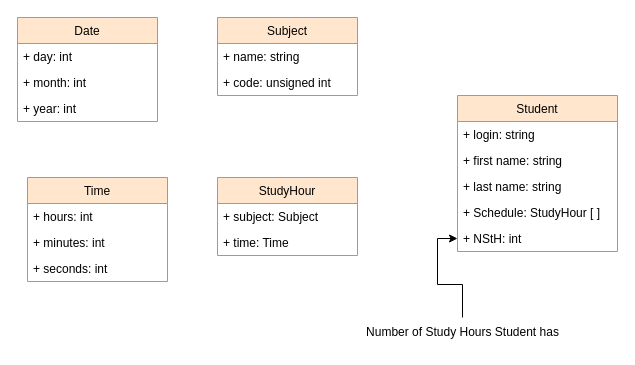
Before: ISC_project2.drawio in omomot/ISC_proj2, a draw.io diagram. Source tidied: cells renumbered, new cells numbered last; positions are measured from the earlier drawing's top-left corner, leaving out a move shared by most shapes. Both pictures are drawn from the tidied source at 100%, with x=0, y=0 at pixel (17, 17).
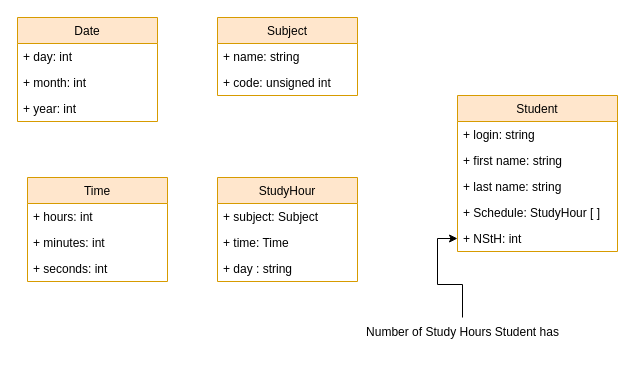
The same diagram, later.

Change to the diagram source:
```diff
@@
     <mxCell id="15" value="StudyHour" style="swimlane;fontStyle=0;horizontal=1;startSize=26;fillColor=#ffe6cc;strokeColor=#d79b00;" parent="1" vertex="1">
-      <mxGeometry x="200" y="160" width="140" height="78" as="geometry" />
+      <mxGeometry x="200" y="160" width="140" height="104" as="geometry" />
     </mxCell>
@@
+    <mxCell id="24" value="+ day : string" style="text;strokeColor=none;fillColor=none;align=left;verticalAlign=top;spacingLeft=4;spacingRight=4;overflow=hidden;" parent="15" vertex="1">
+      <mxGeometry y="78" width="140" height="26" as="geometry" />
+    </mxCell>
```
